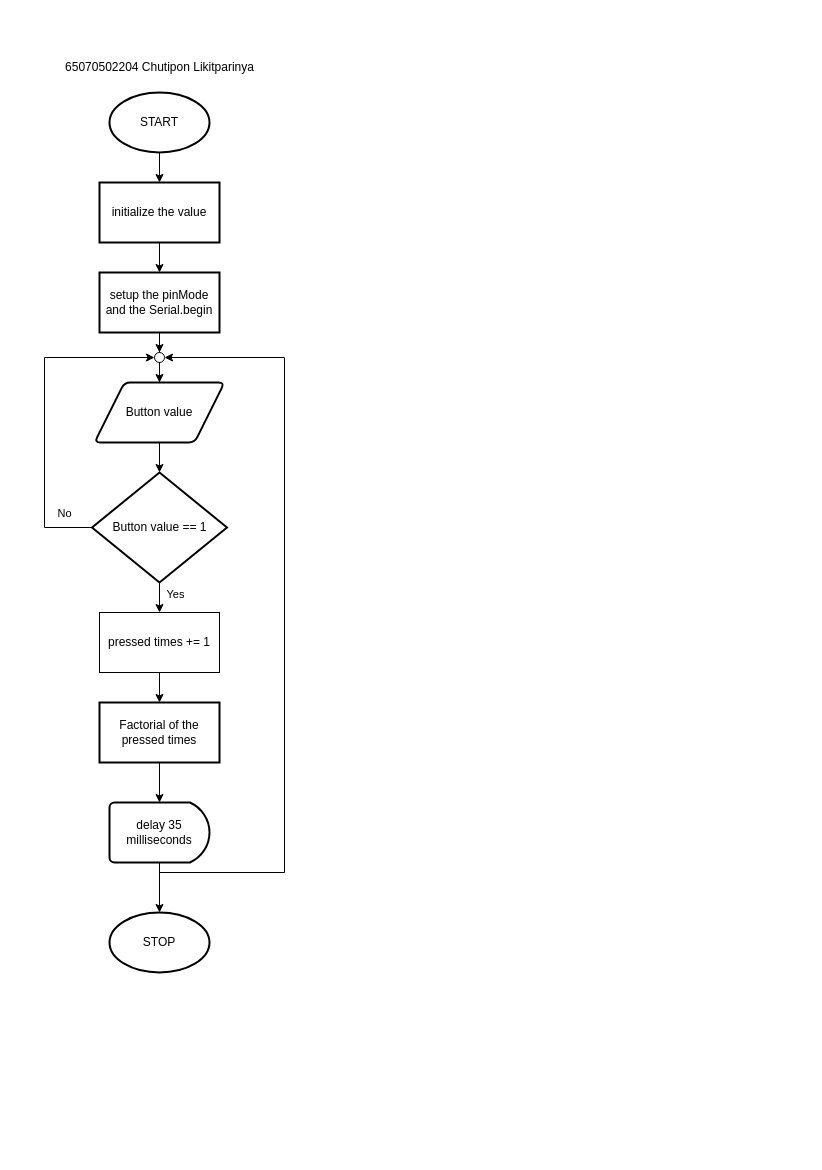
Above: N factorial input from button.drawio in Gaplnwzaza/MCE242 (draw.io), before the change. Source tidied: cells renumbered, new cells numbered last; positions are measured from the earlier drawing's top-left corner, leaving out a move shared by most shapes. Both pictures are drawn from the tidied source at 100%, with x=0, y=0 at pixel (44, 52).
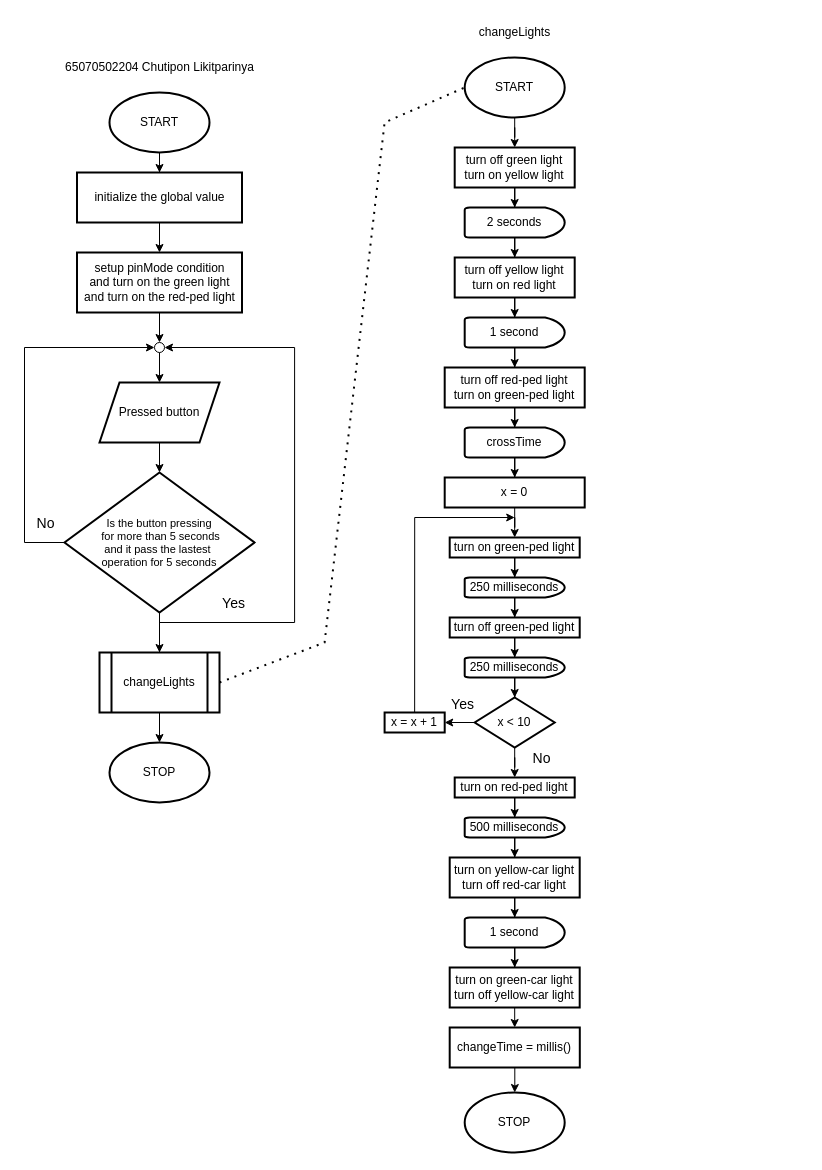
The same page after the edit.

What changed in the source:
```diff
@@
-    <mxCell id="4" style="edgeStyle=orthogonalEdgeStyle;rounded=0;jettySize=auto;html=1;" parent="1" edge="1" source="5" target="7">
-      <mxGeometry relative="1" as="geometry" />
-    </mxCell>
+    <mxCell id="26" style="edgeStyle=orthogonalEdgeStyle;rounded=0;jettySize=auto;html=1;" parent="1" edge="1" source="5" target="28">
+      <mxGeometry relative="1" as="geometry" />
+    </mxCell>
-    <mxCell id="5" value="initialize the value" style="whiteSpace=wrap;html=1;strokeWidth=2;" parent="1" vertex="1">
-      <mxGeometry x="55" y="130" width="120" height="60" as="geometry" />
+    <mxCell id="5" value="initialize the global value" style="whiteSpace=wrap;html=1;strokeWidth=2;" parent="1" vertex="1">
+      <mxGeometry x="32.5" y="120" width="165" height="50" as="geometry" />
     </mxCell>
-    <mxCell id="6" style="edgeStyle=orthogonalEdgeStyle;rounded=0;jettySize=auto;html=1;entryX=0.5;entryY=0;entryDx=0;entryDy=0;entryPerimeter=0;" parent="1" edge="1" source="7" target="16">
-      <mxGeometry relative="1" as="geometry" />
-    </mxCell>
-    <mxCell id="7" value="setup the pinMode and the Serial.begin" style="whiteSpace=wrap;html=1;strokeWidth=2;" parent="1" vertex="1">
-      <mxGeometry x="55" y="220" width="120" height="60" as="geometry" />
-    </mxCell>
-    <mxCell id="8" style="edgeStyle=orthogonalEdgeStyle;rounded=0;jettySize=auto;html=1;entryX=0;entryY=0.5;entryDx=0;entryDy=0;entryPerimeter=0;exitX=0;exitY=0.5;exitDx=0;exitDy=0;" parent="1" edge="1" source="12" target="16">
-      <mxGeometry relative="1" as="geometry">
-        <Array as="points">
-          <mxPoint y="475" />
-          <mxPoint y="305" />
-        </Array>
-      </mxGeometry>
-    </mxCell>
-    <mxCell id="9" value="No" style="edgeLabel;html=1;align=center;verticalAlign=middle;" parent="8" vertex="1">
-      <mxGeometry x="-0.74" y="-1" relative="1" as="geometry">
-        <mxPoint x="15" y="-14" as="offset" />
-      </mxGeometry>
-    </mxCell>
-    <mxCell id="10" style="edgeStyle=orthogonalEdgeStyle;rounded=0;jettySize=auto;html=1;entryX=0.5;entryY=0;entryDx=0;entryDy=0;" parent="1" edge="1" source="12" target="25">
-      <mxGeometry relative="1" as="geometry" />
-    </mxCell>
-    <mxCell id="11" value="Yes" style="edgeLabel;html=1;align=center;verticalAlign=middle;" parent="10" vertex="1">
-      <mxGeometry x="-0.58" y="1" relative="1" as="geometry">
-        <mxPoint x="14" as="offset" />
-      </mxGeometry>
-    </mxCell>
-    <mxCell id="12" value="Button value == 1" style="rhombus;whiteSpace=wrap;html=1;strokeWidth=2;" parent="1" vertex="1">
-      <mxGeometry x="47.5" y="420" width="135" height="110" as="geometry" />
-    </mxCell>
-    <mxCell id="13" style="edgeStyle=orthogonalEdgeStyle;rounded=0;jettySize=auto;html=1;entryX=0.5;entryY=0;entryDx=0;entryDy=0;entryPerimeter=0;" parent="1" edge="1" source="14" target="21">
-      <mxGeometry relative="1" as="geometry" />
-    </mxCell>
-    <mxCell id="14" value="Factorial of the pressed times" style="whiteSpace=wrap;html=1;strokeWidth=2;" parent="1" vertex="1">
-      <mxGeometry x="55" y="650" width="120" height="60" as="geometry" />
-    </mxCell>
-    <mxCell id="15" style="edgeStyle=orthogonalEdgeStyle;rounded=0;jettySize=auto;html=1;" parent="1" edge="1" source="18" target="12">
-      <mxGeometry relative="1" as="geometry" />
-    </mxCell>
-    <mxCell id="16" style="verticalLabelPosition=bottom;verticalAlign=top;html=1;shape=mxgraph.flowchart.on-page_reference;" parent="1" vertex="1">
-      <mxGeometry x="110" y="300" width="10" height="10" as="geometry" />
-    </mxCell>
-    <mxCell id="17" style="edgeStyle=orthogonalEdgeStyle;rounded=0;jettySize=auto;html=1;" parent="1" edge="1" source="16" target="18">
-      <mxGeometry relative="1" as="geometry" />
-    </mxCell>
-    <mxCell id="18" value="Button value" style="shape=parallelogram;html=1;strokeWidth=2;perimeter=parallelogramPerimeter;whiteSpace=wrap;rounded=1;arcSize=12;size=0.23;" parent="1" vertex="1">
-      <mxGeometry x="50" y="330" width="130" height="60" as="geometry" />
-    </mxCell>
-    <mxCell id="19" style="edgeStyle=orthogonalEdgeStyle;rounded=0;jettySize=auto;html=1;entryX=1;entryY=0.5;entryDx=0;entryDy=0;entryPerimeter=0;" parent="1" edge="1" target="16">
-      <mxGeometry relative="1" as="geometry">
-        <mxPoint x="115" y="820" as="sourcePoint" />
-        <Array as="points">
-          <mxPoint x="115" y="820" />
-          <mxPoint x="240" y="820" />
-          <mxPoint x="240" y="305" />
-        </Array>
-      </mxGeometry>
-    </mxCell>
-    <mxCell id="20" style="edgeStyle=orthogonalEdgeStyle;rounded=0;jettySize=auto;html=1;" parent="1" edge="1" source="21" target="22">
-      <mxGeometry relative="1" as="geometry" />
-    </mxCell>
-    <mxCell id="21" value="delay 35 milliseconds" style="strokeWidth=2;html=1;shape=mxgraph.flowchart.delay;whiteSpace=wrap;" parent="1" vertex="1">
-      <mxGeometry x="65" y="750" width="100" height="60" as="geometry" />
-    </mxCell>
-    <mxCell id="22" value="STOP" style="strokeWidth=2;html=1;shape=mxgraph.flowchart.start_1;whiteSpace=wrap;" parent="1" vertex="1">
-      <mxGeometry x="65" y="860" width="100" height="60" as="geometry" />
-    </mxCell>
@@
-    <mxCell id="24" style="edgeStyle=orthogonalEdgeStyle;rounded=0;jettySize=auto;html=1;" parent="1" edge="1" source="25" target="14">
-      <mxGeometry relative="1" as="geometry" />
-    </mxCell>
-    <mxCell id="25" value="pressed times += 1" style="whiteSpace=wrap;html=1;" parent="1" vertex="1">
-      <mxGeometry x="55" y="560" width="120" height="60" as="geometry" />
-    </mxCell>
+    <mxCell id="27" style="edgeStyle=orthogonalEdgeStyle;rounded=0;jettySize=auto;html=1;" parent="1" edge="1" source="34" target="30">
+      <mxGeometry relative="1" as="geometry" />
+    </mxCell>
+    <mxCell id="28" value="setup pinMode condition&lt;div&gt;and turn on the green light&lt;/div&gt;&lt;div&gt;and turn on the red-ped light&lt;/div&gt;" style="whiteSpace=wrap;html=1;strokeWidth=2;" parent="1" vertex="1">
+      <mxGeometry x="32.5" y="200" width="165" height="60" as="geometry" />
+    </mxCell>
+    <mxCell id="29" style="edgeStyle=orthogonalEdgeStyle;rounded=0;jettySize=auto;html=1;" parent="1" edge="1" source="30" target="32">
+      <mxGeometry relative="1" as="geometry" />
+    </mxCell>
+    <mxCell id="30" value="Pressed button" style="shape=parallelogram;perimeter=parallelogramPerimeter;whiteSpace=wrap;html=1;fixedSize=1;strokeWidth=2;" parent="1" vertex="1">
+      <mxGeometry x="55" y="330" width="120" height="60" as="geometry" />
+    </mxCell>
+    <mxCell id="31" style="edgeStyle=orthogonalEdgeStyle;rounded=0;jettySize=auto;html=1;" parent="1" edge="1" source="32" target="37">
+      <mxGeometry relative="1" as="geometry" />
+    </mxCell>
+    <mxCell id="32" value="&lt;font style=&quot;font-size: 11px;&quot;&gt;Is the button pressing&lt;/font&gt;&lt;div style=&quot;font-size: 11px;&quot;&gt;&lt;font style=&quot;font-size: 11px;&quot;&gt;&amp;nbsp;for more than 5 seconds&lt;/font&gt;&lt;/div&gt;&lt;div style=&quot;font-size: 11px;&quot;&gt;&lt;font style=&quot;font-size: 11px;&quot;&gt;and it pass the lastest&amp;nbsp;&lt;/font&gt;&lt;/div&gt;&lt;div style=&quot;font-size: 11px;&quot;&gt;&lt;font style=&quot;font-size: 11px;&quot;&gt;operation&amp;nbsp;&lt;/font&gt;&lt;span style=&quot;background-color: initial;&quot;&gt;for 5 seconds&lt;/span&gt;&lt;/div&gt;" style="strokeWidth=2;html=1;shape=mxgraph.flowchart.decision;whiteSpace=wrap;" parent="1" vertex="1">
+      <mxGeometry x="20" y="420" width="190" height="140" as="geometry" />
+    </mxCell>
+    <mxCell id="33" style="edgeStyle=orthogonalEdgeStyle;rounded=0;jettySize=auto;html=1;" parent="1" edge="1" source="28" target="34">
+      <mxGeometry relative="1" as="geometry" />
+    </mxCell>
+    <mxCell id="34" style="verticalLabelPosition=bottom;verticalAlign=top;html=1;shape=mxgraph.flowchart.on-page_reference;" parent="1" vertex="1">
+      <mxGeometry x="110" y="290" width="10" height="10" as="geometry" />
+    </mxCell>
+    <mxCell id="35" style="edgeStyle=orthogonalEdgeStyle;rounded=0;jettySize=auto;html=1;entryX=0;entryY=0.5;entryDx=0;entryDy=0;entryPerimeter=0;exitX=0;exitY=0.5;exitDx=0;exitDy=0;exitPerimeter=0;" parent="1" edge="1" source="32" target="34">
+      <mxGeometry relative="1" as="geometry">
+        <Array as="points">
+          <mxPoint x="-20" y="490" />
+          <mxPoint x="-20" y="295" />
+        </Array>
+      </mxGeometry>
+    </mxCell>
+    <mxCell id="36" value="&lt;font style=&quot;font-size: 14px;&quot;&gt;No&lt;/font&gt;" style="edgeLabel;html=1;align=center;verticalAlign=middle;" parent="35" vertex="1">
+      <mxGeometry x="-0.79" y="4" relative="1" as="geometry">
+        <mxPoint x="18" y="-24" as="offset" />
+      </mxGeometry>
+    </mxCell>
+    <mxCell id="37" value="changeLights" style="shape=process;whiteSpace=wrap;html=1;backgroundOutline=1;strokeWidth=2;" parent="1" vertex="1">
+      <mxGeometry x="55" y="600" width="120" height="60" as="geometry" />
+    </mxCell>
+    <mxCell id="38" style="edgeStyle=orthogonalEdgeStyle;rounded=0;jettySize=auto;html=1;entryX=1;entryY=0.5;entryDx=0;entryDy=0;entryPerimeter=0;" parent="1" edge="1" source="37" target="34">
+      <mxGeometry relative="1" as="geometry">
+        <Array as="points">
+          <mxPoint x="115.1" y="570" />
+          <mxPoint x="250.1" y="570" />
+          <mxPoint x="250.1" y="295" />
+        </Array>
+      </mxGeometry>
+    </mxCell>
+    <mxCell id="39" value="&lt;font style=&quot;font-size: 14px;&quot;&gt;Yes&lt;/font&gt;" style="edgeLabel;html=1;align=center;verticalAlign=middle;" parent="38" vertex="1">
+      <mxGeometry x="-0.78" y="2" relative="1" as="geometry">
+        <mxPoint x="40" y="-18" as="offset" />
+      </mxGeometry>
+    </mxCell>
+    <mxCell id="40" value="STOP" style="strokeWidth=2;html=1;shape=mxgraph.flowchart.start_1;whiteSpace=wrap;" parent="1" vertex="1">
+      <mxGeometry x="65" y="690" width="100" height="60" as="geometry" />
+    </mxCell>
+    <mxCell id="41" style="edgeStyle=orthogonalEdgeStyle;rounded=0;jettySize=auto;html=1;entryX=0.5;entryY=0;entryDx=0;entryDy=0;entryPerimeter=0;" parent="1" edge="1" source="37" target="40">
+      <mxGeometry relative="1" as="geometry" />
+    </mxCell>
+    <mxCell id="42" style="edgeStyle=orthogonalEdgeStyle;rounded=0;jettySize=auto;html=1;" parent="1" edge="1" source="43" target="47">
+      <mxGeometry relative="1" as="geometry" />
+    </mxCell>
+    <mxCell id="43" value="START" style="strokeWidth=2;html=1;shape=mxgraph.flowchart.start_1;whiteSpace=wrap;" parent="1" vertex="1">
+      <mxGeometry x="420.2" y="5" width="100" height="60" as="geometry" />
+    </mxCell>
+    <mxCell id="44" style="endArrow=none;dashed=1;html=1;dashPattern=1 3;strokeWidth=2;rounded=0;exitX=1;exitY=0.5;exitDx=0;exitDy=0;entryX=0;entryY=0.5;entryDx=0;entryDy=0;entryPerimeter=0;" parent="1" edge="1" source="37" target="43">
+      <mxGeometry relative="1" as="geometry">
+        <Array as="points">
+          <mxPoint x="280.1" y="590" />
+          <mxPoint x="340.1" y="70" />
+        </Array>
+      </mxGeometry>
+    </mxCell>
+    <mxCell id="45" value="changeLights" style="text;html=1;align=center;verticalAlign=middle;strokeColor=none;fillColor=none;" parent="1" vertex="1">
+      <mxGeometry x="425.2" y="-35" width="90" height="30" as="geometry" />
+    </mxCell>
+    <mxCell id="46" style="edgeStyle=orthogonalEdgeStyle;rounded=0;jettySize=auto;html=1;" parent="1" edge="1" source="47" target="48">
+      <mxGeometry relative="1" as="geometry" />
+    </mxCell>
+    <mxCell id="47" value="turn off green light&lt;div&gt;turn on yellow light&lt;/div&gt;" style="whiteSpace=wrap;html=1;strokeWidth=2;" parent="1" vertex="1">
+      <mxGeometry x="410.2" y="95" width="120" height="40" as="geometry" />
+    </mxCell>
+    <mxCell id="48" value="2 seconds" style="strokeWidth=2;html=1;shape=mxgraph.flowchart.delay;whiteSpace=wrap;" parent="1" vertex="1">
+      <mxGeometry x="420.2" y="155" width="100" height="30" as="geometry" />
+    </mxCell>
+    <mxCell id="49" style="edgeStyle=orthogonalEdgeStyle;rounded=0;jettySize=auto;html=1;exitX=0.5;exitY=1;exitDx=0;exitDy=0;exitPerimeter=0;" parent="1" edge="1" source="48" target="51">
+      <mxGeometry relative="1" as="geometry" />
+    </mxCell>
+    <mxCell id="50" style="edgeStyle=orthogonalEdgeStyle;rounded=0;jettySize=auto;html=1;" parent="1" edge="1" source="51" target="52">
+      <mxGeometry relative="1" as="geometry" />
+    </mxCell>
+    <mxCell id="51" value="turn off yellow light&lt;div&gt;turn on red light&lt;/div&gt;" style="whiteSpace=wrap;html=1;strokeWidth=2;" parent="1" vertex="1">
+      <mxGeometry x="410.2" y="205" width="120" height="40" as="geometry" />
+    </mxCell>
+    <mxCell id="52" value="1 second" style="strokeWidth=2;html=1;shape=mxgraph.flowchart.delay;whiteSpace=wrap;" parent="1" vertex="1">
+      <mxGeometry x="420.2" y="265" width="100" height="30" as="geometry" />
+    </mxCell>
+    <mxCell id="53" style="edgeStyle=orthogonalEdgeStyle;rounded=0;jettySize=auto;html=1;exitX=0.5;exitY=1;exitDx=0;exitDy=0;exitPerimeter=0;" parent="1" edge="1" source="52" target="55">
+      <mxGeometry relative="1" as="geometry" />
+    </mxCell>
+    <mxCell id="54" style="edgeStyle=orthogonalEdgeStyle;rounded=0;jettySize=auto;html=1;" parent="1" edge="1" source="55" target="56">
+      <mxGeometry relative="1" as="geometry" />
+    </mxCell>
+    <mxCell id="55" value="turn off red-ped light&lt;div&gt;turn on green-ped light&lt;/div&gt;" style="whiteSpace=wrap;html=1;strokeWidth=2;" parent="1" vertex="1">
+      <mxGeometry x="400.2" y="315" width="140" height="40" as="geometry" />
+    </mxCell>
+    <mxCell id="56" value="crossTime" style="strokeWidth=2;html=1;shape=mxgraph.flowchart.delay;whiteSpace=wrap;" parent="1" vertex="1">
+      <mxGeometry x="420.2" y="375" width="100" height="30" as="geometry" />
+    </mxCell>
+    <mxCell id="57" style="edgeStyle=orthogonalEdgeStyle;rounded=0;jettySize=auto;html=1;" parent="1" edge="1" source="56" target="59">
+      <mxGeometry relative="1" as="geometry" />
+    </mxCell>
+    <mxCell id="58" style="edgeStyle=orthogonalEdgeStyle;rounded=0;jettySize=auto;html=1;exitX=0.5;exitY=1;exitDx=0;exitDy=0;" parent="1" edge="1" source="62" target="60">
+      <mxGeometry relative="1" as="geometry" />
+    </mxCell>
+    <mxCell id="59" value="x = 0" style="whiteSpace=wrap;html=1;strokeWidth=2;" parent="1" vertex="1">
+      <mxGeometry x="400.2" y="425" width="140" height="30" as="geometry" />
+    </mxCell>
+    <mxCell id="60" value="250 milliseconds" style="strokeWidth=2;html=1;shape=mxgraph.flowchart.delay;whiteSpace=wrap;" parent="1" vertex="1">
+      <mxGeometry x="420.2" y="525" width="100" height="20" as="geometry" />
+    </mxCell>
+    <mxCell id="61" style="edgeStyle=orthogonalEdgeStyle;rounded=0;jettySize=auto;html=1;exitX=0.5;exitY=1;exitDx=0;exitDy=0;" parent="1" edge="1" source="59" target="62">
+      <mxGeometry relative="1" as="geometry" />
+    </mxCell>
+    <mxCell id="62" value="turn on green-ped light" style="whiteSpace=wrap;html=1;strokeWidth=2;" parent="1" vertex="1">
+      <mxGeometry x="405.2" y="485" width="130" height="20" as="geometry" />
+    </mxCell>
+    <mxCell id="63" style="edgeStyle=orthogonalEdgeStyle;rounded=0;jettySize=auto;html=1;exitX=0.5;exitY=1;exitDx=0;exitDy=0;" parent="1" edge="1" source="68" target="66">
+      <mxGeometry relative="1" as="geometry" />
+    </mxCell>
+    <mxCell id="64" style="edgeStyle=orthogonalEdgeStyle;rounded=0;jettySize=auto;html=1;exitX=0.5;exitY=0;exitDx=0;exitDy=0;" parent="1" edge="1" source="69">
+      <mxGeometry relative="1" as="geometry">
+        <mxPoint x="470.2" y="465" as="targetPoint" />
+        <Array as="points">
+          <mxPoint x="370.2" y="465" />
+        </Array>
+      </mxGeometry>
+    </mxCell>
+    <mxCell id="65" style="edgeStyle=orthogonalEdgeStyle;rounded=0;jettySize=auto;html=1;entryX=0.5;entryY=0;entryDx=0;entryDy=0;entryPerimeter=0;" parent="1" edge="1" source="66" target="71">
+      <mxGeometry relative="1" as="geometry" />
+    </mxCell>
+    <mxCell id="66" value="250 milliseconds" style="strokeWidth=2;html=1;shape=mxgraph.flowchart.delay;whiteSpace=wrap;" parent="1" vertex="1">
+      <mxGeometry x="420.2" y="605" width="100" height="20" as="geometry" />
+    </mxCell>
+    <mxCell id="67" style="edgeStyle=orthogonalEdgeStyle;rounded=0;jettySize=auto;html=1;exitX=0.5;exitY=1;exitDx=0;exitDy=0;exitPerimeter=0;" parent="1" edge="1" source="60" target="68">
+      <mxGeometry relative="1" as="geometry" />
+    </mxCell>
+    <mxCell id="68" value="turn off green-ped light" style="whiteSpace=wrap;html=1;strokeWidth=2;" parent="1" vertex="1">
+      <mxGeometry x="405.2" y="565" width="130" height="20" as="geometry" />
+    </mxCell>
+    <mxCell id="69" value="x = x + 1" style="whiteSpace=wrap;html=1;strokeWidth=2;" parent="1" vertex="1">
+      <mxGeometry x="340.1" y="660" width="60.1" height="20" as="geometry" />
+    </mxCell>
+    <mxCell id="70" style="edgeStyle=orthogonalEdgeStyle;rounded=0;jettySize=auto;html=1;" parent="1" edge="1" source="71" target="69">
+      <mxGeometry relative="1" as="geometry" />
+    </mxCell>
+    <mxCell id="71" value="x &amp;lt; 10" style="strokeWidth=2;html=1;shape=mxgraph.flowchart.decision;whiteSpace=wrap;" parent="1" vertex="1">
+      <mxGeometry x="430.2" y="645" width="80" height="50" as="geometry" />
+    </mxCell>
+    <mxCell id="72" value="&lt;font style=&quot;font-size: 14px;&quot;&gt;Yes&lt;/font&gt;" style="edgeLabel;html=1;align=center;verticalAlign=middle;" parent="1" vertex="1">
+      <mxGeometry x="150.1" y="470" as="geometry">
+        <mxPoint x="267" y="181" as="offset" />
+      </mxGeometry>
+    </mxCell>
+    <mxCell id="73" value="&lt;font style=&quot;font-size: 14px;&quot;&gt;No&lt;/font&gt;" style="edgeLabel;html=1;align=center;verticalAlign=middle;" parent="1" vertex="1">
+      <mxGeometry x="760.1" y="610" as="geometry">
+        <mxPoint x="-264" y="95" as="offset" />
+      </mxGeometry>
+    </mxCell>
+    <mxCell id="74" style="edgeStyle=orthogonalEdgeStyle;rounded=0;jettySize=auto;html=1;exitX=0.5;exitY=1;exitDx=0;exitDy=0;exitPerimeter=0;" parent="1" edge="1" source="71" target="76">
+      <mxGeometry relative="1" as="geometry" />
+    </mxCell>
+    <mxCell id="75" style="edgeStyle=orthogonalEdgeStyle;rounded=0;jettySize=auto;html=1;" parent="1" edge="1" source="76" target="77">
+      <mxGeometry relative="1" as="geometry" />
+    </mxCell>
+    <mxCell id="76" value="turn on red-ped light" style="whiteSpace=wrap;html=1;strokeWidth=2;" parent="1" vertex="1">
+      <mxGeometry x="410.2" y="725" width="120" height="20" as="geometry" />
+    </mxCell>
+    <mxCell id="77" value="500 milliseconds" style="strokeWidth=2;html=1;shape=mxgraph.flowchart.delay;whiteSpace=wrap;" parent="1" vertex="1">
+      <mxGeometry x="420.2" y="765" width="100" height="20" as="geometry" />
+    </mxCell>
+    <mxCell id="78" style="edgeStyle=orthogonalEdgeStyle;rounded=0;jettySize=auto;html=1;exitX=0.5;exitY=1;exitDx=0;exitDy=0;exitPerimeter=0;" parent="1" edge="1" source="77" target="80">
+      <mxGeometry relative="1" as="geometry" />
+    </mxCell>
+    <mxCell id="79" style="edgeStyle=orthogonalEdgeStyle;rounded=0;jettySize=auto;html=1;" parent="1" edge="1" source="80" target="81">
+      <mxGeometry relative="1" as="geometry" />
+    </mxCell>
+    <mxCell id="80" value="turn on yellow-car light&lt;div&gt;turn off red-car light&lt;/div&gt;" style="whiteSpace=wrap;html=1;strokeWidth=2;" parent="1" vertex="1">
+      <mxGeometry x="405.2" y="805" width="130" height="40" as="geometry" />
+    </mxCell>
+    <mxCell id="81" value="1 second" style="strokeWidth=2;html=1;shape=mxgraph.flowchart.delay;whiteSpace=wrap;" parent="1" vertex="1">
+      <mxGeometry x="420.2" y="865" width="100" height="30" as="geometry" />
+    </mxCell>
+    <mxCell id="82" style="edgeStyle=orthogonalEdgeStyle;rounded=0;jettySize=auto;html=1;exitX=0.5;exitY=1;exitDx=0;exitDy=0;exitPerimeter=0;" parent="1" edge="1" source="81" target="84">
+      <mxGeometry relative="1" as="geometry" />
+    </mxCell>
+    <mxCell id="83" style="edgeStyle=orthogonalEdgeStyle;rounded=0;jettySize=auto;html=1;" parent="1" edge="1" source="84" target="86">
+      <mxGeometry relative="1" as="geometry" />
+    </mxCell>
+    <mxCell id="84" value="turn on green-car light&lt;div&gt;turn off yellow-car light&lt;/div&gt;" style="whiteSpace=wrap;html=1;strokeWidth=2;" parent="1" vertex="1">
+      <mxGeometry x="405.2" y="915" width="130" height="40" as="geometry" />
+    </mxCell>
+    <mxCell id="85" style="edgeStyle=orthogonalEdgeStyle;rounded=0;jettySize=auto;html=1;" parent="1" edge="1" source="86" target="87">
+      <mxGeometry relative="1" as="geometry" />
+    </mxCell>
+    <mxCell id="86" value="changeTime = millis()" style="whiteSpace=wrap;html=1;strokeWidth=2;" parent="1" vertex="1">
+      <mxGeometry x="405.2" y="975" width="130.1" height="40" as="geometry" />
+    </mxCell>
+    <mxCell id="87" value="STOP" style="strokeWidth=2;html=1;shape=mxgraph.flowchart.start_1;whiteSpace=wrap;" parent="1" vertex="1">
+      <mxGeometry x="420.2" y="1040" width="100" height="60" as="geometry" />
+    </mxCell>
```
